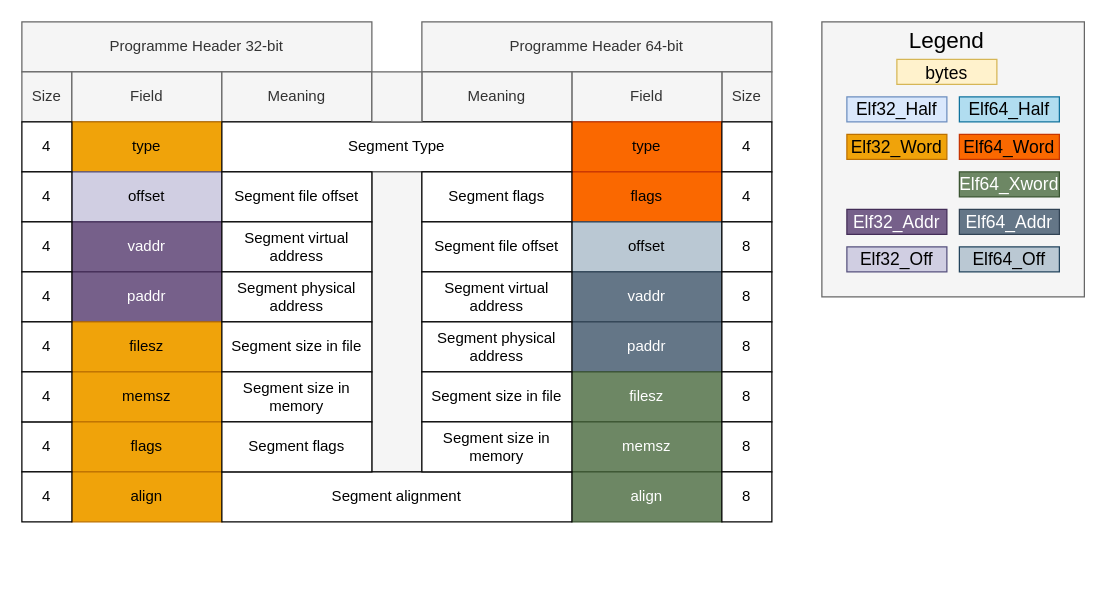
Before: Notes/Reverse Engineering/Binary Formats/ELF/Resources/Diagrams/Programme Header.drawio in cr0mll/cyberclopaedia, a draw.io diagram. Source tidied: cells renumbered, new cells numbered last; positions are measured from the earlier drawing's top-left corner, leaving out a move shared by most shapes. Both pictures are drawn from the tidied source at 125%, with x=0, y=0 at pixel (21, 21).
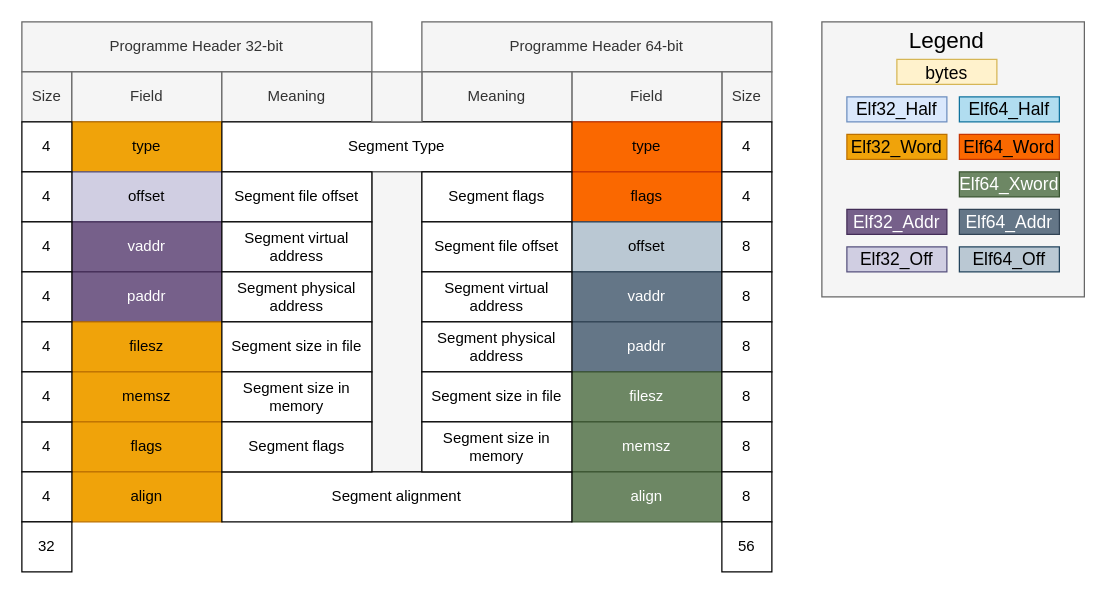
The same diagram, later.

Diff of the diagram source:
```diff
@@
-<mxGraphModel>
+<mxGraphModel background="#ffffff">
@@
+    <mxCell id="70" value="32" style="rounded=0;whiteSpace=wrap;html=1;" parent="1" vertex="1">
+      <mxGeometry y="400" width="40" height="40" as="geometry" />
+    </mxCell>
+    <mxCell id="71" value="56" style="rounded=0;whiteSpace=wrap;html=1;" parent="1" vertex="1">
+      <mxGeometry x="560" y="400" width="40" height="40" as="geometry" />
+    </mxCell>
```
